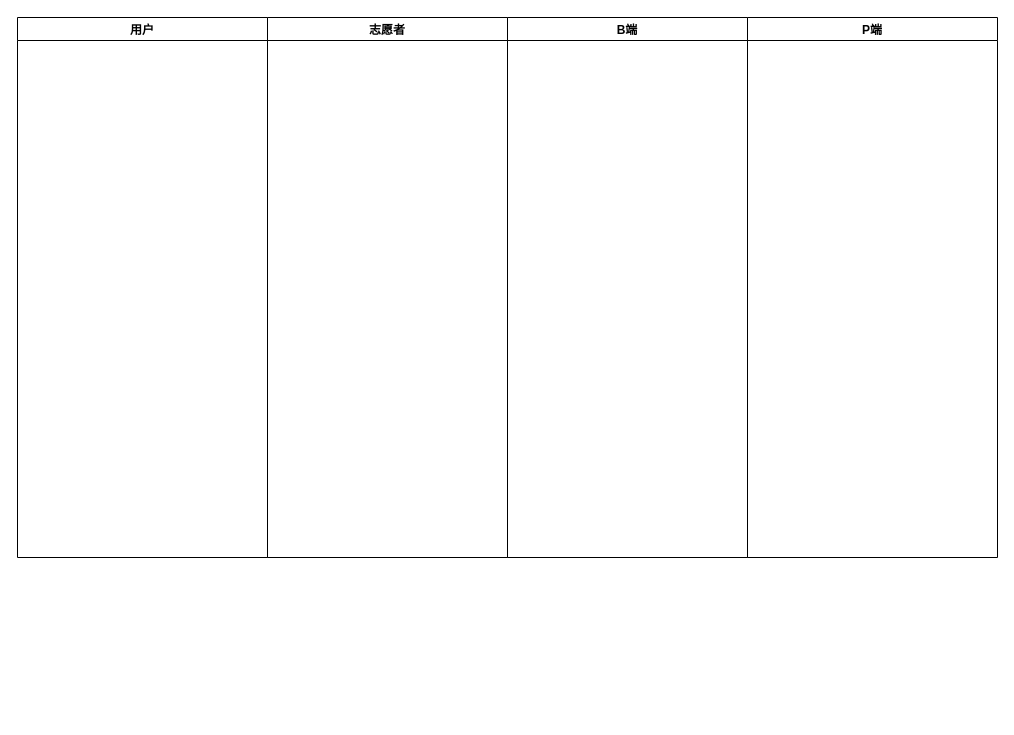
Earlier version of the draw.io diagram 微心愿改版.drawio (KZ137onethe/hello-world). Source tidied: cells renumbered, new cells numbered last; positions are measured from the earlier drawing's top-left corner, leaving out a move shared by most shapes. Both pictures are drawn from the tidied source at 100%, with x=0, y=0 at pixel (17, 17).
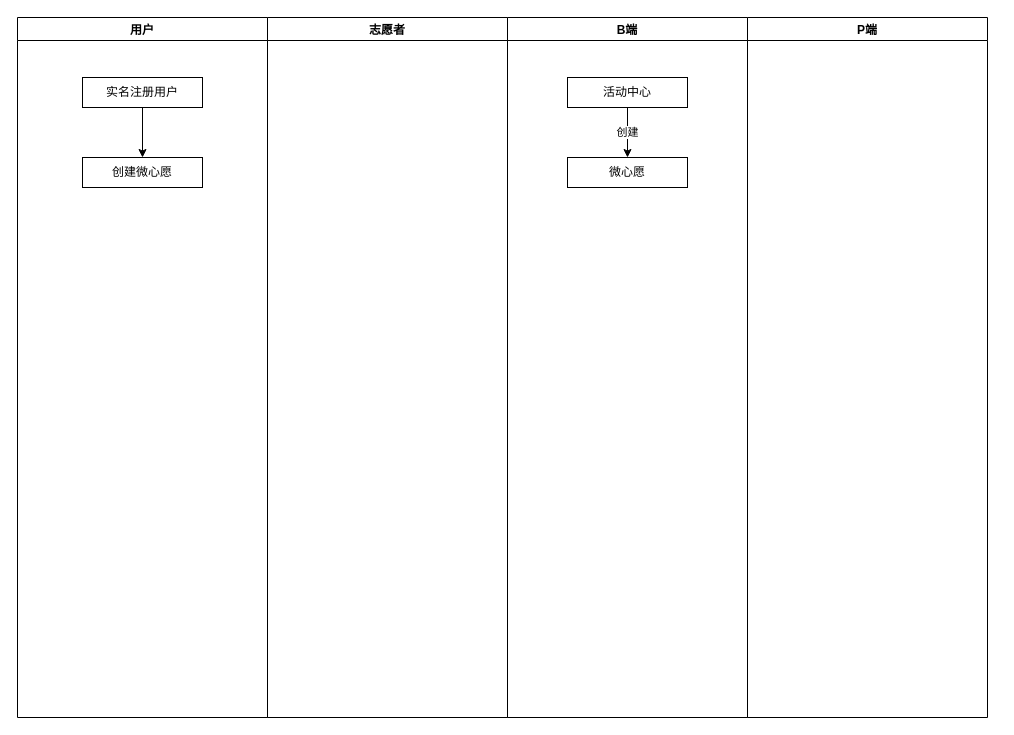
The same diagram, later.

Commit message (it also covers changes not shown here):
微心愿改版.drawio

Change to the diagram source:
```diff
@@
 <mxGraphModel>
   <root>
     <mxCell id="0" />
     <mxCell id="1" parent="0" />
     <mxCell id="2" value="用户" style="swimlane;" parent="1" vertex="1">
-      <mxGeometry width="250" height="540" as="geometry" />
+      <mxGeometry width="250" height="700" as="geometry" />
     </mxCell>
+    <mxCell id="6" style="edgeStyle=orthogonalEdgeStyle;rounded=0;jettySize=auto;html=1;" parent="2" edge="1" source="7" target="8">
+      <mxGeometry relative="1" as="geometry" />
+    </mxCell>
+    <mxCell id="7" value="实名注册用户" style="rounded=0;whiteSpace=wrap;html=1;" parent="2" vertex="1">
+      <mxGeometry x="65" y="60" width="120" height="30" as="geometry" />
+    </mxCell>
+    <mxCell id="8" value="创建微心愿" style="rounded=0;whiteSpace=wrap;html=1;" parent="2" vertex="1">
+      <mxGeometry x="65" y="140" width="120" height="30" as="geometry" />
+    </mxCell>
     <mxCell id="3" value="志愿者" style="swimlane;" parent="1" vertex="1">
-      <mxGeometry x="250" width="240" height="540" as="geometry" />
+      <mxGeometry x="250" width="240" height="700" as="geometry" />
     </mxCell>
     <mxCell id="4" value="P端" style="swimlane;" parent="1" vertex="1">
-      <mxGeometry x="730" width="250" height="540" as="geometry" />
+      <mxGeometry x="730" width="240" height="700" as="geometry" />
     </mxCell>
     <mxCell id="5" value="B端" style="swimlane;" parent="1" vertex="1">
-      <mxGeometry x="490" width="240" height="540" as="geometry" />
+      <mxGeometry x="490" width="240" height="700" as="geometry" />
     </mxCell>
+    <mxCell id="9" value="创建" style="edgeStyle=orthogonalEdgeStyle;rounded=0;jettySize=auto;html=1;" parent="5" edge="1" source="10" target="11">
+      <mxGeometry relative="1" as="geometry">
+        <Array as="points">
+          <mxPoint x="120" y="120" />
+          <mxPoint x="120" y="120" />
+        </Array>
+      </mxGeometry>
+    </mxCell>
+    <mxCell id="10" value="活动中心" style="rounded=0;whiteSpace=wrap;html=1;" parent="5" vertex="1">
+      <mxGeometry x="60" y="60" width="120" height="30" as="geometry" />
+    </mxCell>
+    <mxCell id="11" value="微心愿" style="rounded=0;whiteSpace=wrap;html=1;" parent="5" vertex="1">
+      <mxGeometry x="60" y="140" width="120" height="30" as="geometry" />
+    </mxCell>
   </root>
 </mxGraphModel>
```
